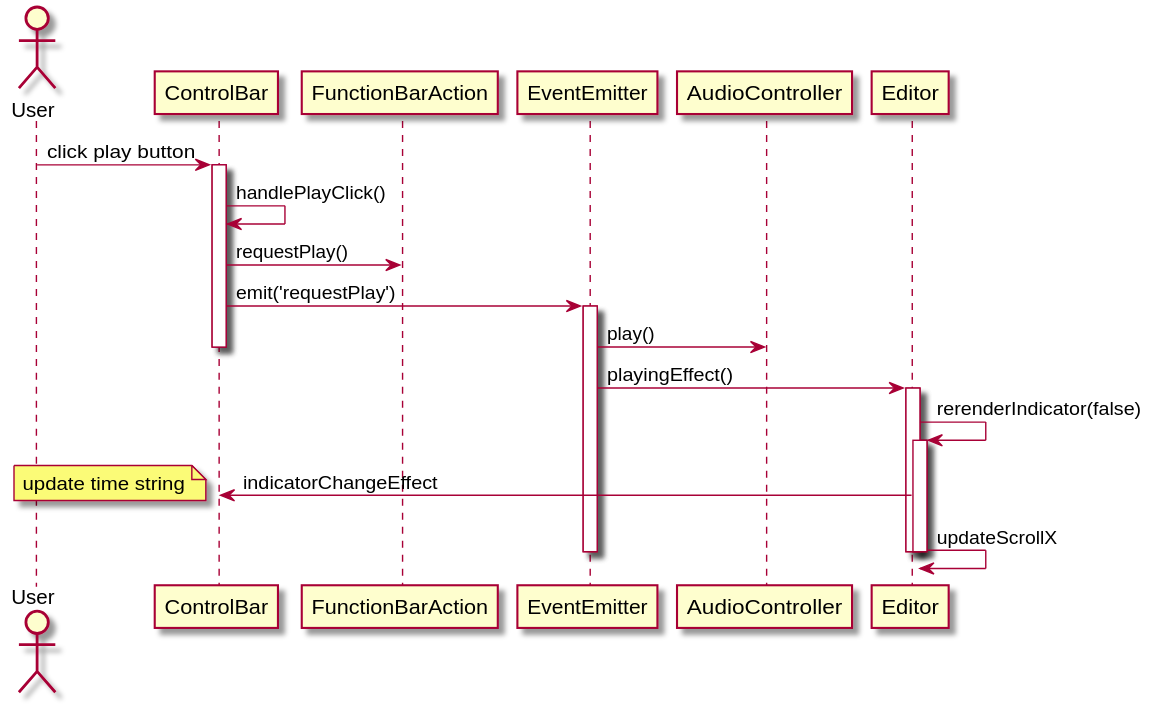
austudio-team/austudio-uml-graph keeps this PlantUML diagram as out/sequence_diagram/start_play/start_play.svg. Above is the earlier version.
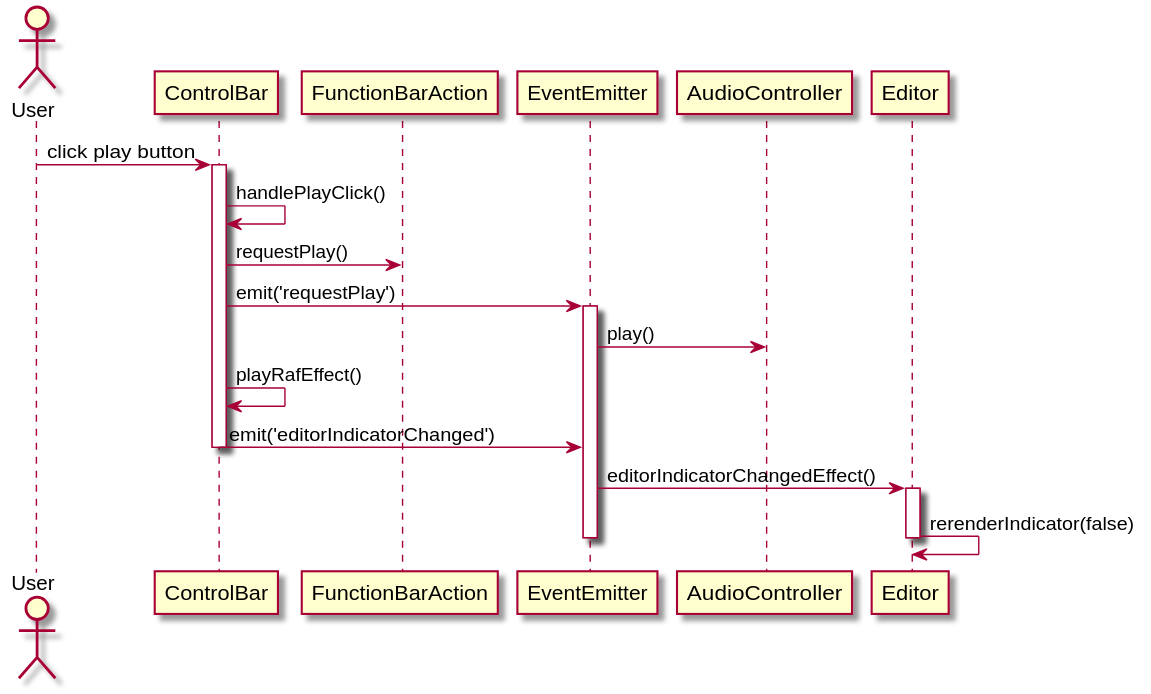
After the change.

Diff of the diagram source:
```diff
@@ -8,15 +8,12 @@
 ControlBar -> EventEmitter: emit('requestPlay')
 activate EventEmitter
 EventEmitter -> AudioController: play()
+ControlBar -> ControlBar: playRafEffect()
+ControlBar -> EventEmitter: emit('editorIndicatorChanged')
 deactivate ControlBar
-EventEmitter -> Editor: playingEffect()
+EventEmitter -> Editor: editorIndicatorChangedEffect()
 activate Editor
 Editor -> Editor: rerenderIndicator(false)
-activate Editor
-Editor -> ControlBar: indicatorChangeEffect
-note left: update time string
-Editor -> Editor: updateScrollX
-deactivate Editor
 deactivate Editor
 deactivate EventEmitter
 
```
